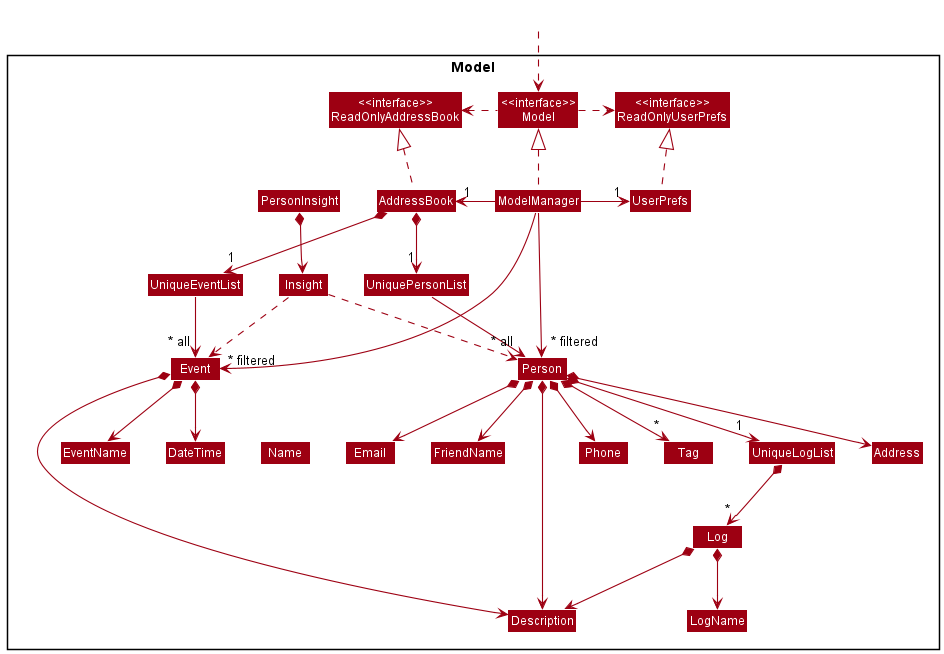
Earlier version of the PlantUML export docs/images/ModelClassDiagram.png (nus-cs2103-AY2122S2/tp).
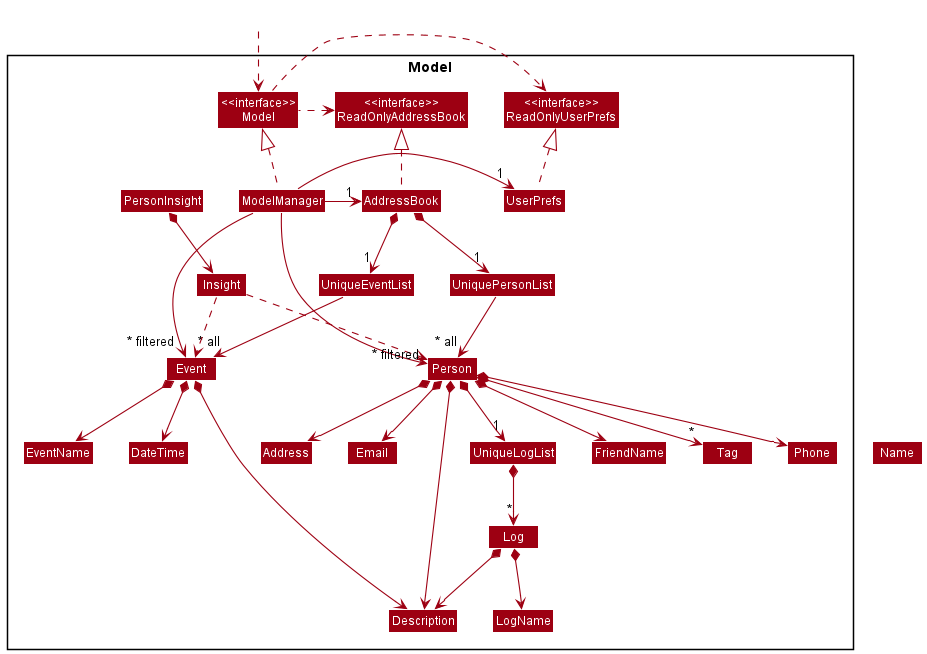
Later version of the same file.

Commit message:
Fix Model class diagram

Change to the diagram source:
```diff
@@ -32,7 +32,6 @@
 Class EventName
 
 Class Description
-Class Name
 
 
 }
```
